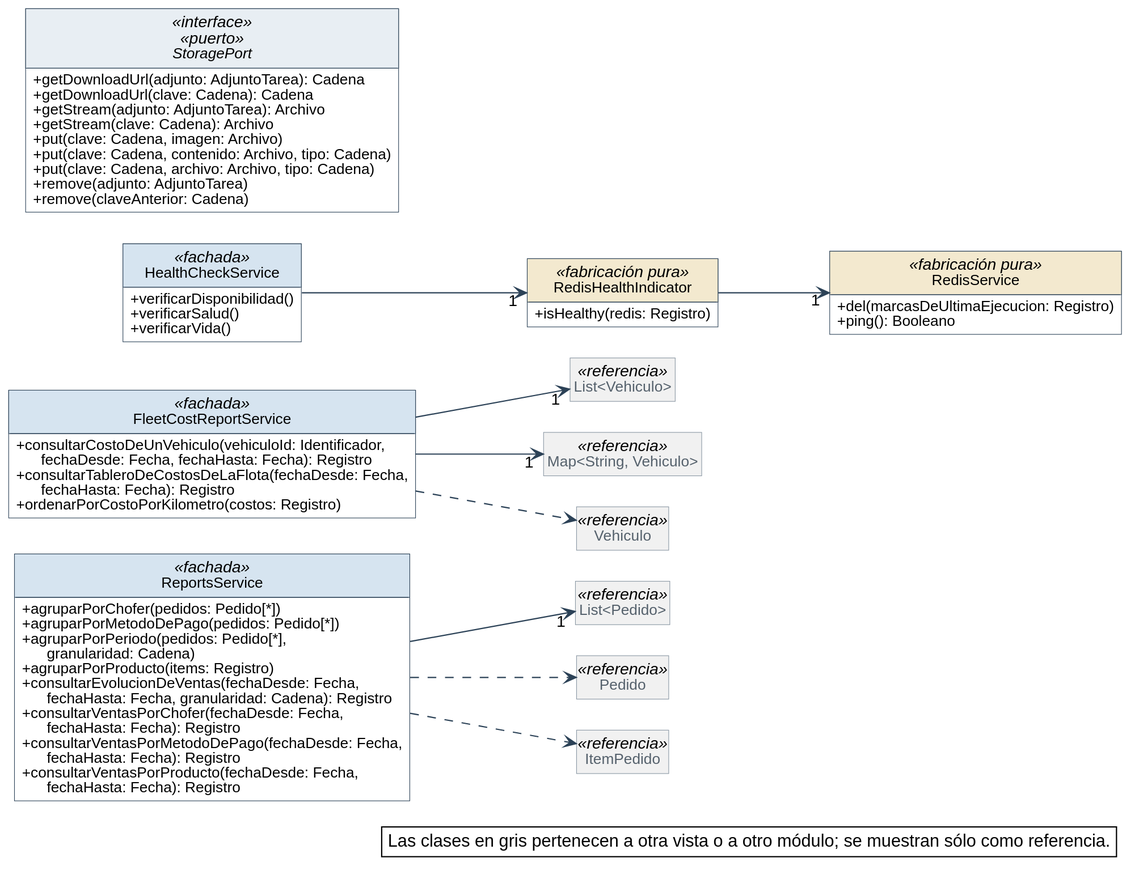
Earlier version of the PlantUML export diagramas/clases-diseno/DC_Mod_Soporte.svg (Nahuelito-Dev/splg-docs). The source it was exported from:
```plantuml
@startuml
skinparam backgroundColor #FFFFFF
skinparam shadowing false
skinparam defaultFontName Helvetica
skinparam defaultFontSize 13
skinparam dpi 150
skinparam nodesep 40
skinparam ranksep 55
skinparam classAttributeIconSize 0
skinparam roundCorner 0
skinparam genericDisplay old
skinparam class {
  BorderColor #2C4257
  BackgroundColor #FFFFFF
  ArrowColor #2C4257
  FontSize 14
  AttributeFontSize 12
  HeaderBackgroundColor #E8EEF3
}
skinparam class<<referencia>> {
  BackgroundColor #F1F1F1
  BorderColor #8A97A3
  FontColor #55616C
}
skinparam class<<fachada>> {
  HeaderBackgroundColor #D6E4F0
}
skinparam class<<controlador>> {
  HeaderBackgroundColor #D6E4F0
}
skinparam class<<fabricación pura>> {
  HeaderBackgroundColor #F3E9CF
}
skinparam class<<colección>> {
  HeaderBackgroundColor #E6E6E6
}
skinparam class<<adaptador>> {
  HeaderBackgroundColor #DCEBDD
}
skinparam interface {
  BorderColor #2C4257
  BackgroundColor #FFFFFF
  HeaderBackgroundColor #DCEBDD
  FontSize 14
  AttributeFontSize 12
}
skinparam note {
  BackgroundColor #FFFFFF
  BorderColor #2C4257
}
skinparam packageStyle rectangle
skinparam package {
  BorderColor #8A97A3
  FontSize 13
  FontColor #55616C
}
hide circle
hide empty members

left to right direction
skinparam nodesep 25
skinparam ranksep 90
class ReportsService <<fachada>> {
  + agruparPorChofer(pedidos: Pedido[*])
  + agruparPorMetodoDePago(pedidos: Pedido[*])
  + agruparPorPeriodo(pedidos: Pedido[*],\n      granularidad: Cadena)
  + agruparPorProducto(items: Registro)
  + consultarEvolucionDeVentas(fechaDesde: Fecha,\n      fechaHasta: Fecha, granularidad: Cadena): Registro
  + consultarVentasPorChofer(fechaDesde: Fecha,\n      fechaHasta: Fecha): Registro
  + consultarVentasPorMetodoDePago(fechaDesde: Fecha,\n      fechaHasta: Fecha): Registro
  + consultarVentasPorProducto(fechaDesde: Fecha,\n      fechaHasta: Fecha): Registro
}
class FleetCostReportService <<fachada>> {
  + consultarCostoDeUnVehiculo(vehiculoId: Identificador,\n      fechaDesde: Fecha, fechaHasta: Fecha): Registro
  + consultarTableroDeCostosDeLaFlota(fechaDesde: Fecha,\n      fechaHasta: Fecha): Registro
  + ordenarPorCostoPorKilometro(costos: Registro)
}
class HealthCheckService <<fachada>> {
  + verificarDisponibilidad()
  + verificarSalud()
  + verificarVida()
}
class RedisHealthIndicator <<fabricación pura>> {
  + isHealthy(redis: Registro)
}
class RedisService <<fabricación pura>> {
  + del(marcasDeUltimaEjecucion: Registro)
  + ping(): Booleano
}
interface StoragePort <<interface>> <<puerto>> {
  + getDownloadUrl(adjunto: AdjuntoTarea): Cadena
  + getDownloadUrl(clave: Cadena): Cadena
  + getStream(adjunto: AdjuntoTarea): Archivo
  + getStream(clave: Cadena): Archivo
  + put(clave: Cadena, imagen: Archivo)
  + put(clave: Cadena, contenido: Archivo, tipo: Cadena)
  + put(clave: Cadena, archivo: Archivo, tipo: Cadena)
  + remove(adjunto: AdjuntoTarea)
  + remove(claveAnterior: Cadena)
}
class "List<Vehiculo>" as List_Vehiculo <<referencia>>
class "Map<String, Vehiculo>" as Map_String_Vehiculo <<referencia>>
class "List<Pedido>" as List_Pedido <<referencia>>
class Pedido <<referencia>>
class Vehiculo <<referencia>>
class ItemPedido <<referencia>>

FleetCostReportService --> "1" List_Vehiculo
FleetCostReportService --> "1" Map_String_Vehiculo
HealthCheckService --> "1" RedisHealthIndicator
RedisHealthIndicator --> "1" RedisService
ReportsService --> "1" List_Pedido
FleetCostReportService ..> Vehiculo
ReportsService ..> ItemPedido
ReportsService ..> Pedido

legend bottom right
  Las clases en gris pertenecen a otra vista o a otro módulo; se muestran sólo como referencia.
endlegend
@enduml
```
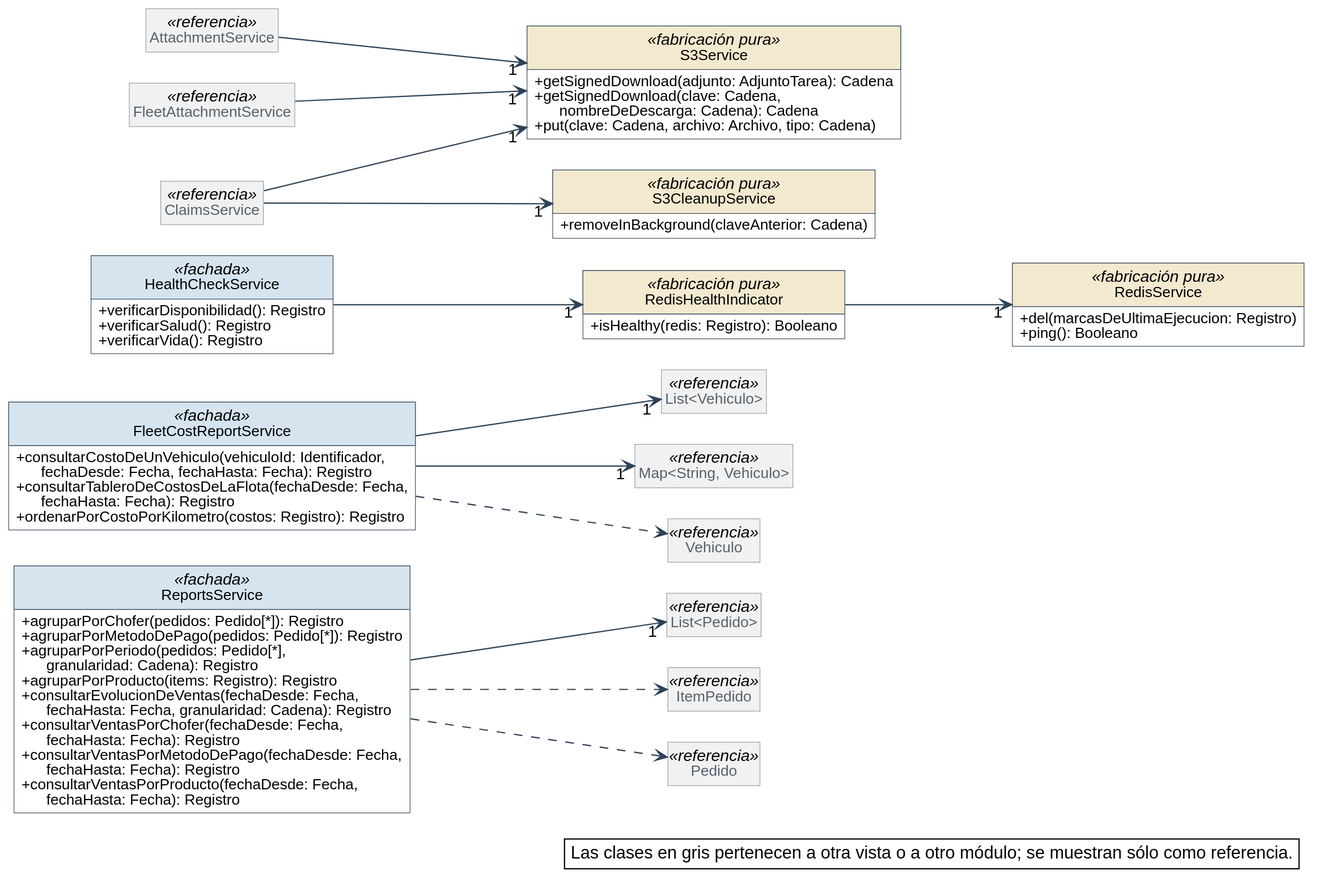
After the change.

Change to the diagram source:
```diff
@@ -61,10 +61,10 @@
 skinparam nodesep 25
 skinparam ranksep 90
 class ReportsService <<fachada>> {
-  + agruparPorChofer(pedidos: Pedido[*])
-  + agruparPorMetodoDePago(pedidos: Pedido[*])
-  + agruparPorPeriodo(pedidos: Pedido[*],\n      granularidad: Cadena)
-  + agruparPorProducto(items: Registro)
+  + agruparPorChofer(pedidos: Pedido[*]): Registro
+  + agruparPorMetodoDePago(pedidos: Pedido[*]): Registro
+  + agruparPorPeriodo(pedidos: Pedido[*],\n      granularidad: Cadena): Registro
+  + agruparPorProducto(items: Registro): Registro
   + consultarEvolucionDeVentas(fechaDesde: Fecha,\n      fechaHasta: Fecha, granularidad: Cadena): Registro
   + consultarVentasPorChofer(fechaDesde: Fecha,\n      fechaHasta: Fecha): Registro
   + consultarVentasPorMetodoDePago(fechaDesde: Fecha,\n      fechaHasta: Fecha): Registro
@@ -73,37 +73,37 @@
 class FleetCostReportService <<fachada>> {
   + consultarCostoDeUnVehiculo(vehiculoId: Identificador,\n      fechaDesde: Fecha, fechaHasta: Fecha): Registro
   + consultarTableroDeCostosDeLaFlota(fechaDesde: Fecha,\n      fechaHasta: Fecha): Registro
-  + ordenarPorCostoPorKilometro(costos: Registro)
+  + ordenarPorCostoPorKilometro(costos: Registro): Registro
 }
 class HealthCheckService <<fachada>> {
-  + verificarDisponibilidad()
-  + verificarSalud()
-  + verificarVida()
+  + verificarDisponibilidad(): Registro
+  + verificarSalud(): Registro
+  + verificarVida(): Registro
 }
 class RedisHealthIndicator <<fabricación pura>> {
-  + isHealthy(redis: Registro)
+  + isHealthy(redis: Registro): Booleano
 }
 class RedisService <<fabricación pura>> {
   + del(marcasDeUltimaEjecucion: Registro)
   + ping(): Booleano
 }
-interface StoragePort <<interface>> <<puerto>> {
-  + getDownloadUrl(adjunto: AdjuntoTarea): Cadena
-  + getDownloadUrl(clave: Cadena): Cadena
-  + getStream(adjunto: AdjuntoTarea): Archivo
-  + getStream(clave: Cadena): Archivo
-  + put(clave: Cadena, imagen: Archivo)
-  + put(clave: Cadena, contenido: Archivo, tipo: Cadena)
+class S3Service <<fabricación pura>> {
+  + getSignedDownload(adjunto: AdjuntoTarea): Cadena
+  + getSignedDownload(clave: Cadena,\n      nombreDeDescarga: Cadena): Cadena
   + put(clave: Cadena, archivo: Archivo, tipo: Cadena)
-  + remove(adjunto: AdjuntoTarea)
-  + remove(claveAnterior: Cadena)
+}
+class S3CleanupService <<fabricación pura>> {
+  + removeInBackground(claveAnterior: Cadena)
 }
 class "List<Vehiculo>" as List_Vehiculo <<referencia>>
 class "Map<String, Vehiculo>" as Map_String_Vehiculo <<referencia>>
 class "List<Pedido>" as List_Pedido <<referencia>>
-class Pedido <<referencia>>
 class Vehiculo <<referencia>>
 class ItemPedido <<referencia>>
+class Pedido <<referencia>>
+class AttachmentService <<referencia>>
+class ClaimsService <<referencia>>
+class FleetAttachmentService <<referencia>>
 
 FleetCostReportService --> "1" List_Vehiculo
 FleetCostReportService --> "1" Map_String_Vehiculo
@@ -113,6 +113,10 @@
 FleetCostReportService ..> Vehiculo
 ReportsService ..> ItemPedido
 ReportsService ..> Pedido
+AttachmentService --> "1" S3Service
+ClaimsService --> "1" S3Service
+FleetAttachmentService --> "1" S3Service
+ClaimsService --> "1" S3CleanupService
 
 legend bottom right
   Las clases en gris pertenecen a otra vista o a otro módulo; se muestran sólo como referencia.
```
